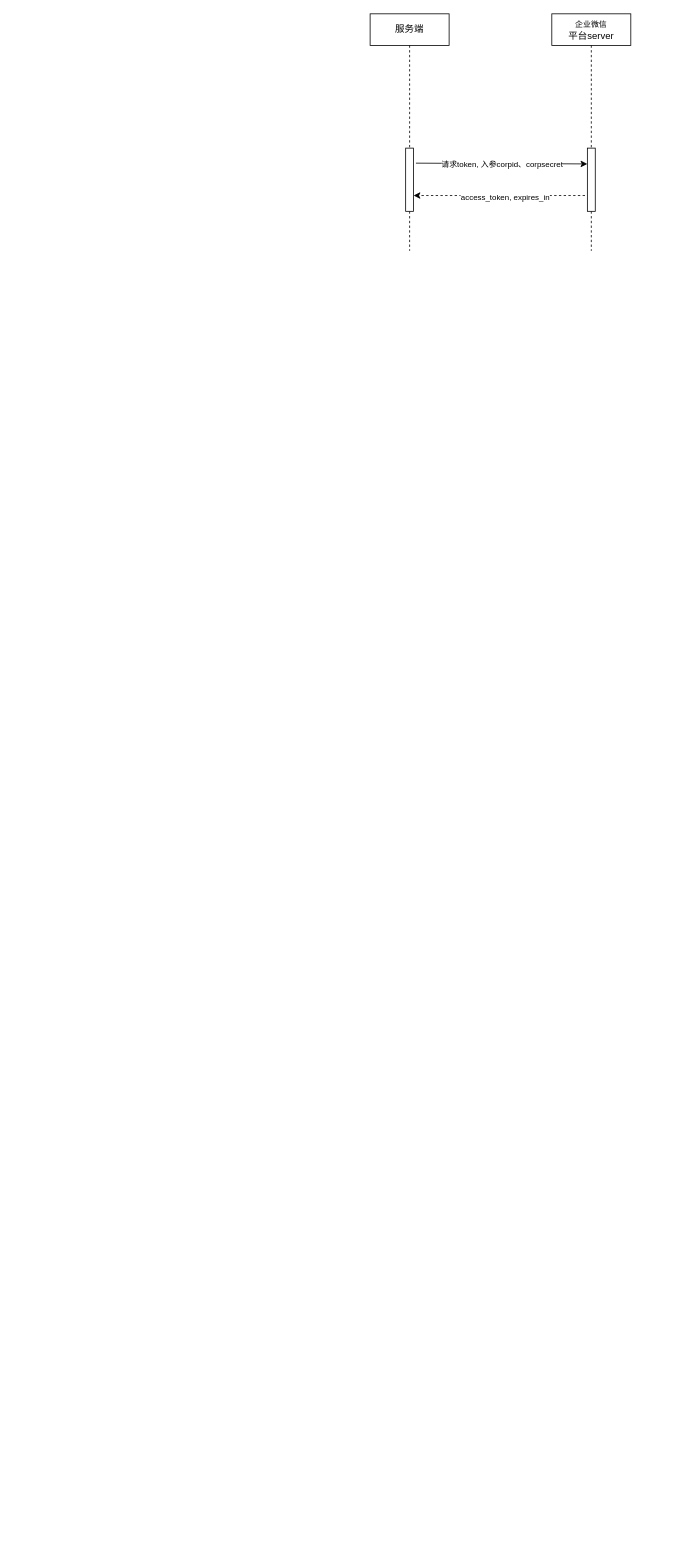
Before: 企业微信接入流程.drawio in didengren/mind-map, a draw.io diagram. Source tidied: cells renumbered, new cells numbered last; positions are measured from the earlier drawing's top-left corner, leaving out a move shared by most shapes. Both pictures are drawn from the tidied source at 79%, with x=0, y=0 at pixel (370, 13).
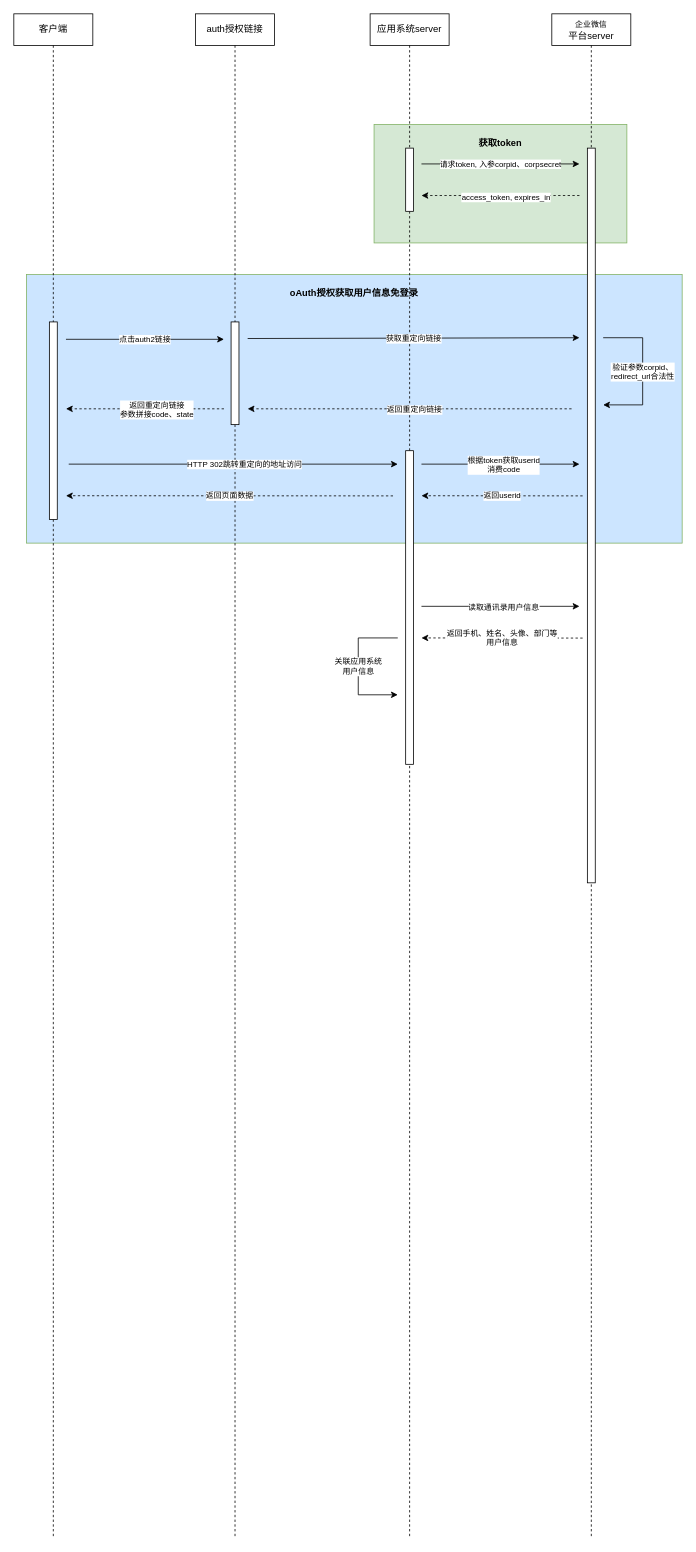
Above is the later version.

Commit message:
更新企业微信接入流程.drawio

Unchanged cells that the change refers to:
```xml
<mxCell id="3" style="html=1;points=[];perimeter=orthogonalPerimeter;" parent="1" vertex="1">
  <mxGeometry x="45" y="170" width="10" height="80" as="geometry" />
</mxCell>
```

Diff of the diagram source:
```diff
@@
+    <mxCell id="9" value="&lt;h3 style=&quot;line-height: 0.8&quot;&gt;获取token&lt;/h3&gt;" style="rounded=0;whiteSpace=wrap;html=1;fontSize=10;verticalAlign=top;fillColor=#d5e8d4;strokeColor=#82b366;" parent="1" vertex="1">
+      <mxGeometry x="5" y="140" width="320" height="150" as="geometry" />
+    </mxCell>
+    <mxCell id="10" value="&lt;h3 style=&quot;line-height: 0.8&quot;&gt;oAuth授权获取用户信息免登录&lt;/h3&gt;" style="rounded=0;whiteSpace=wrap;html=1;fontSize=10;verticalAlign=top;fillColor=#CCE5FF;strokeColor=#82b366;" parent="1" vertex="1">
+      <mxGeometry x="-435" y="330" width="830" height="340" as="geometry" />
+    </mxCell>
-    <mxCell id="2" value="服务端" style="shape=umlLifeline;perimeter=lifelinePerimeter;whiteSpace=wrap;html=1;" parent="1" vertex="1">
-      <mxGeometry width="100" height="300" as="geometry" />
+    <mxCell id="2" value="应用系统server" style="shape=umlLifeline;perimeter=lifelinePerimeter;whiteSpace=wrap;html=1;" parent="1" vertex="1">
+      <mxGeometry width="100" height="1930" as="geometry" />
     </mxCell>
@@
     <mxCell id="4" value="&lt;font style=&quot;font-size: 10px&quot;&gt;企业微信&lt;/font&gt;&lt;br&gt;平台server" style="shape=umlLifeline;perimeter=lifelinePerimeter;whiteSpace=wrap;html=1;" parent="1" vertex="1">
-      <mxGeometry x="230" width="100" height="300" as="geometry" />
+      <mxGeometry x="230" width="100" height="1930" as="geometry" />
     </mxCell>
     <mxCell id="5" style="html=1;points=[];perimeter=orthogonalPerimeter;" parent="4" vertex="1">
-      <mxGeometry x="45" y="170" width="10" height="80" as="geometry" />
+      <mxGeometry x="45" y="170" width="10" height="930" as="geometry" />
     </mxCell>
+    <mxCell id="11" value="验证参数corpid、&lt;br&gt;redirect_url合法性" style="endArrow=classic;html=1;rounded=0;fontFamily=Helvetica;fontSize=10;fontColor=default;" parent="4" edge="1">
+      <mxGeometry relative="1" as="geometry">
+        <mxPoint x="65" y="410" as="sourcePoint" />
+        <mxPoint x="65" y="495" as="targetPoint" />
+        <Array as="points">
+          <mxPoint x="115" y="410" />
+          <mxPoint x="115" y="495" />
+        </Array>
+      </mxGeometry>
+    </mxCell>
-    <mxCell id="6" value="请求token, 入参corpid、corpsecret" style="endArrow=classic;html=1;rounded=0;fontSize=10;exitX=1.3;exitY=0.238;exitDx=0;exitDy=0;exitPerimeter=0;" parent="1" edge="1" source="3">
+    <mxCell id="6" value="请求token, 入参corpid、corpsecret" style="endArrow=classic;html=1;rounded=0;fontSize=10;" parent="1" edge="1">
       <mxGeometry relative="1" as="geometry">
-        <mxPoint x="275" y="190" as="targetPoint" />
+        <mxPoint x="65" y="190" as="sourcePoint" />
+        <mxPoint x="265" y="190" as="targetPoint" />
+        <Array as="points">
+          <mxPoint x="205" y="190" />
+        </Array>
       </mxGeometry>
     </mxCell>
-    <mxCell id="7" style="endArrow=classic;html=1;rounded=0;fontSize=10;exitX=-0.3;exitY=0.75;exitDx=0;exitDy=0;exitPerimeter=0;dashed=1;" parent="1" edge="1" source="5">
+    <mxCell id="7" style="endArrow=classic;html=1;rounded=0;fontSize=10;dashed=1;" parent="1" edge="1">
       <mxGeometry relative="1" as="geometry">
-        <mxPoint x="55" y="230" as="targetPoint" />
+        <mxPoint x="265" y="230" as="sourcePoint" />
+        <mxPoint x="65" y="230" as="targetPoint" />
       </mxGeometry>
     </mxCell>
@@
+    <mxCell id="12" value="auth授权链接" style="shape=umlLifeline;perimeter=lifelinePerimeter;whiteSpace=wrap;html=1;" parent="1" vertex="1">
+      <mxGeometry x="-221" width="100" height="1930" as="geometry" />
+    </mxCell>
+    <mxCell id="13" value="客户端" style="shape=umlLifeline;perimeter=lifelinePerimeter;whiteSpace=wrap;html=1;" parent="1" vertex="1">
+      <mxGeometry x="-451" width="100" height="1930" as="geometry" />
+    </mxCell>
+    <mxCell id="14" style="html=1;perimeter=orthogonalPerimeter;rounded=0;fontFamily=Helvetica;fontSize=10;fontColor=default;strokeColor=default;fillColor=default;" parent="13" vertex="1">
+      <mxGeometry x="45" y="390" width="10" height="250" as="geometry" />
+    </mxCell>
+    <mxCell id="15" style="html=1;perimeter=orthogonalPerimeter;rounded=0;fontFamily=Helvetica;fontSize=10;fontColor=default;strokeColor=default;fillColor=default;" parent="1" vertex="1">
+      <mxGeometry x="-176" y="390" width="10" height="130" as="geometry" />
+    </mxCell>
+    <mxCell id="16" value="点击auth2链接" style="endArrow=classic;html=1;rounded=0;fontFamily=Helvetica;fontSize=10;fontColor=default;" parent="1" edge="1">
+      <mxGeometry relative="1" as="geometry">
+        <mxPoint x="-385" y="412" as="sourcePoint" />
+        <mxPoint x="-185" y="412" as="targetPoint" />
+      </mxGeometry>
+    </mxCell>
+    <mxCell id="17" style="endArrow=classic;html=1;rounded=0;fontFamily=Helvetica;fontSize=10;fontColor=default;" parent="1" edge="1">
+      <mxGeometry relative="1" as="geometry">
+        <mxPoint x="-155" y="411" as="sourcePoint" />
+        <mxPoint x="265" y="410" as="targetPoint" />
+      </mxGeometry>
+    </mxCell>
+    <mxCell id="18" value="获取重定向链接" style="edgeLabel;html=1;align=center;verticalAlign=middle;fontSize=10;fontFamily=Helvetica;fontColor=default;" parent="17" vertex="1">
+      <mxGeometry x="0.16" relative="1" as="geometry">
+        <mxPoint x="-34" as="offset" />
+      </mxGeometry>
+    </mxCell>
+    <mxCell id="19" style="endArrow=classic;html=1;rounded=0;fontFamily=Helvetica;fontSize=10;fontColor=default;dashed=1;" parent="1" edge="1">
+      <mxGeometry relative="1" as="geometry">
+        <mxPoint x="255" y="500" as="sourcePoint" />
+        <mxPoint x="-155" y="500" as="targetPoint" />
+      </mxGeometry>
+    </mxCell>
+    <mxCell id="20" value="返回重定向链接" style="edgeLabel;html=1;align=center;verticalAlign=middle;fontSize=10;fontFamily=Helvetica;fontColor=default;" parent="19" vertex="1">
+      <mxGeometry x="0.09" relative="1" as="geometry">
+        <mxPoint x="23" as="offset" />
+      </mxGeometry>
+    </mxCell>
+    <mxCell id="21" style="endArrow=classic;html=1;rounded=0;fontFamily=Helvetica;fontSize=10;fontColor=default;dashed=1;" parent="1" edge="1">
+      <mxGeometry relative="1" as="geometry">
+        <mxPoint x="-185" y="500" as="sourcePoint" />
+        <mxPoint x="-385" y="500" as="targetPoint" />
+      </mxGeometry>
+    </mxCell>
+    <mxCell id="22" value="返回重定向链接&lt;br&gt;参数拼接code、state" style="edgeLabel;html=1;align=center;verticalAlign=middle;fontSize=10;fontFamily=Helvetica;fontColor=default;" parent="21" vertex="1">
+      <mxGeometry x="0.09" relative="1" as="geometry">
+        <mxPoint x="23" as="offset" />
+      </mxGeometry>
+    </mxCell>
+    <mxCell id="23" style="html=1;perimeter=orthogonalPerimeter;" parent="1" vertex="1">
+      <mxGeometry x="45" y="553" width="10" height="397" as="geometry" />
+    </mxCell>
+    <mxCell id="24" style="endArrow=classic;html=1;rounded=0;fontFamily=Helvetica;fontSize=10;fontColor=default;" parent="1" edge="1">
+      <mxGeometry relative="1" as="geometry">
+        <mxPoint x="-381.5" y="570" as="sourcePoint" />
+        <mxPoint x="35" y="570" as="targetPoint" />
+      </mxGeometry>
+    </mxCell>
+    <mxCell id="25" value="HTTP 302跳转重定向的地址访问" style="edgeLabel;html=1;align=center;verticalAlign=middle;fontSize=10;fontFamily=Helvetica;fontColor=default;" parent="24" vertex="1">
+      <mxGeometry x="0.06" y="1" relative="1" as="geometry">
+        <mxPoint x="1" as="offset" />
+      </mxGeometry>
+    </mxCell>
+    <mxCell id="26" style="endArrow=classic;html=1;rounded=0;fontFamily=Helvetica;fontSize=10;fontColor=default;" parent="1" edge="1">
+      <mxGeometry relative="1" as="geometry">
+        <mxPoint x="65" y="570" as="sourcePoint" />
+        <mxPoint x="265" y="570" as="targetPoint" />
+      </mxGeometry>
+    </mxCell>
+    <mxCell id="27" value="根据token获取userid&lt;br&gt;消费code" style="edgeLabel;html=1;align=center;verticalAlign=middle;fontSize=10;fontFamily=Helvetica;fontColor=default;" parent="26" vertex="1">
+      <mxGeometry x="0.03" relative="1" as="geometry" />
+    </mxCell>
+    <mxCell id="28" value="返回userid" style="endArrow=classic;html=1;rounded=0;fontFamily=Helvetica;fontSize=10;fontColor=default;exitX=-0.4;exitY=0.603;exitDx=0;exitDy=0;exitPerimeter=0;dashed=1;" parent="1" edge="1">
+      <mxGeometry relative="1" as="geometry">
+        <mxPoint x="269" y="610.2" as="sourcePoint" />
+        <mxPoint x="65" y="610" as="targetPoint" />
+      </mxGeometry>
+    </mxCell>
+    <mxCell id="29" value="返回页面数据" style="endArrow=classic;html=1;rounded=0;fontFamily=Helvetica;fontSize=10;fontColor=default;exitX=-0.4;exitY=0.603;exitDx=0;exitDy=0;exitPerimeter=0;dashed=1;" parent="1" edge="1">
+      <mxGeometry relative="1" as="geometry">
+        <mxPoint x="29" y="610.2" as="sourcePoint" />
+        <mxPoint x="-385" y="610" as="targetPoint" />
+      </mxGeometry>
+    </mxCell>
+    <mxCell id="30" style="endArrow=classic;html=1;rounded=0;fontFamily=Helvetica;fontSize=10;fontColor=default;" parent="1" edge="1">
+      <mxGeometry relative="1" as="geometry">
+        <mxPoint x="65" y="750" as="sourcePoint" />
+        <mxPoint x="265" y="750" as="targetPoint" />
+      </mxGeometry>
+    </mxCell>
+    <mxCell id="31" value="读取通讯录用户信息" style="edgeLabel;html=1;align=center;verticalAlign=middle;fontSize=10;fontFamily=Helvetica;fontColor=default;" parent="30" vertex="1">
+      <mxGeometry x="0.03" relative="1" as="geometry" />
+    </mxCell>
+    <mxCell id="32" value="返回手机、姓名、头像、部门等&lt;br&gt;用户信息" style="endArrow=classic;html=1;rounded=0;fontFamily=Helvetica;fontSize=10;fontColor=default;exitX=-0.4;exitY=0.603;exitDx=0;exitDy=0;exitPerimeter=0;dashed=1;" parent="1" edge="1">
+      <mxGeometry relative="1" as="geometry">
+        <mxPoint x="269" y="790.2" as="sourcePoint" />
+        <mxPoint x="65" y="790" as="targetPoint" />
+      </mxGeometry>
+    </mxCell>
+    <mxCell id="33" value="关联应用系统&lt;br&gt;用户信息" style="endArrow=classic;html=1;rounded=0;fontFamily=Helvetica;fontSize=10;fontColor=default;" parent="1" edge="1">
+      <mxGeometry relative="1" as="geometry">
+        <mxPoint x="35" y="790" as="sourcePoint" />
+        <mxPoint x="35" y="862" as="targetPoint" />
+        <Array as="points">
+          <mxPoint x="-15" y="790" />
+          <mxPoint x="-15" y="862" />
+        </Array>
+      </mxGeometry>
+    </mxCell>
```
